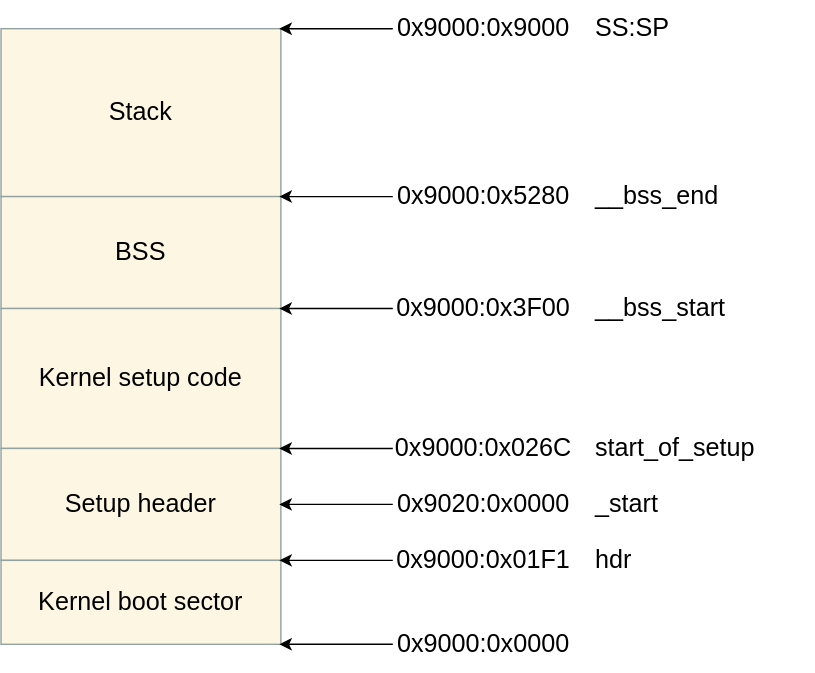
Earlier version of the draw.io export Booting/images/early-bss.svg (0xAX/linux-insides). Source tidied: cells renumbered, new cells last; positions are measured from the earlier drawing's top-left corner, leaving out a move shared by most shapes.
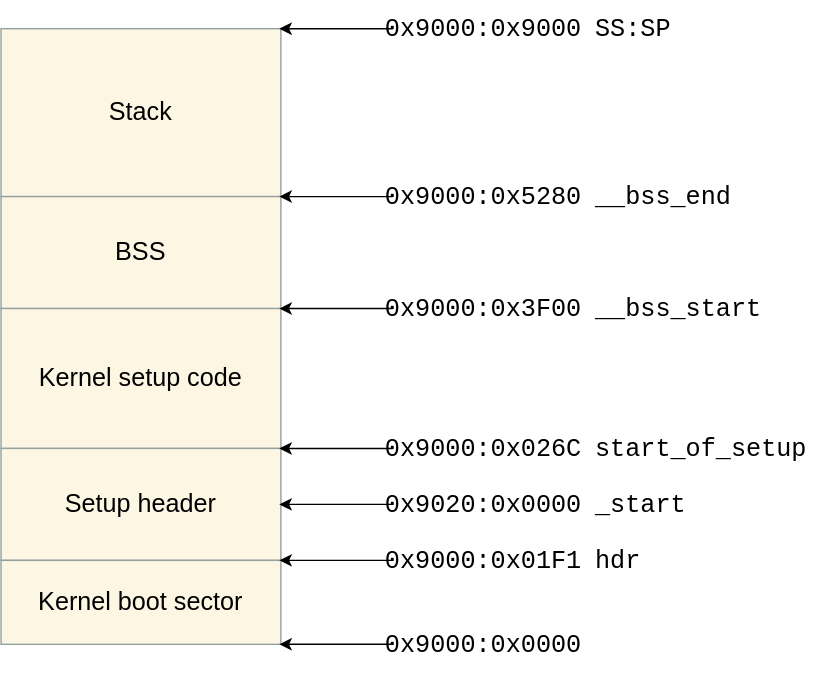
Later version of the same file.

Diff of the diagram source:
```diff
@@ -23,10 +23,10 @@
         <mxPoint x="200" y="15" as="targetPoint" />
       </mxGeometry>
     </mxCell>
-    <mxCell id="8" value="0x9000:0x9000" style="text;html=1;align=center;verticalAlign=middle;whiteSpace=wrap;rounded=0;fontSize=18;fontFamily=Helvetica;fontColor=#000000;" parent="1" vertex="1">
+    <mxCell id="8" value="0x9000:0x9000" style="text;html=1;align=center;verticalAlign=middle;whiteSpace=wrap;rounded=0;fontSize=18;fontFamily=monospace;fontColor=#000000;" parent="1" vertex="1">
       <mxGeometry x="280" width="130" height="30" as="geometry" />
     </mxCell>
-    <mxCell id="9" value="SS:SP" style="text;html=1;align=left;verticalAlign=middle;whiteSpace=nowrap;rounded=0;fontSize=18;fontFamily=Helvetica;fontColor=#000000;" parent="1" vertex="1">
+    <mxCell id="9" value="SS:SP" style="text;html=1;align=left;verticalAlign=middle;whiteSpace=nowrap;rounded=0;fontSize=18;fontFamily=monospace;fontColor=#000000;" parent="1" vertex="1">
       <mxGeometry x="425" width="157" height="30" as="geometry" />
     </mxCell>
     <mxCell id="10" style="edgeStyle=orthogonalEdgeStyle;rounded=0;orthogonalLoop=1;html=1;" parent="1" edge="1">
@@ -35,10 +35,10 @@
         <mxPoint x="200" y="135" as="targetPoint" />
       </mxGeometry>
     </mxCell>
-    <mxCell id="11" value="0x9000:0x5280" style="text;html=1;align=center;verticalAlign=middle;whiteSpace=wrap;rounded=0;fontSize=18;fontFamily=Helvetica;fontColor=#000000;" parent="1" vertex="1">
+    <mxCell id="11" value="0x9000:0x5280" style="text;html=1;align=center;verticalAlign=middle;whiteSpace=wrap;rounded=0;fontSize=18;fontFamily=monospace;fontColor=#000000;" parent="1" vertex="1">
       <mxGeometry x="280" y="120" width="130" height="30" as="geometry" />
     </mxCell>
-    <mxCell id="12" value="__bss_end" style="text;html=1;align=left;verticalAlign=middle;whiteSpace=nowrap;rounded=0;fontSize=18;fontFamily=Helvetica;fontColor=#000000;" parent="1" vertex="1">
+    <mxCell id="12" value="__bss_end" style="text;html=1;align=left;verticalAlign=middle;whiteSpace=nowrap;rounded=0;fontSize=18;fontFamily=monospace;fontColor=#000000;" parent="1" vertex="1">
       <mxGeometry x="425" y="120" width="157" height="30" as="geometry" />
     </mxCell>
     <mxCell id="13" style="edgeStyle=orthogonalEdgeStyle;rounded=0;orthogonalLoop=1;html=1;" parent="1" edge="1">
@@ -47,10 +47,10 @@
         <mxPoint x="200" y="215" as="targetPoint" />
       </mxGeometry>
     </mxCell>
-    <mxCell id="14" value="0x9000:0x3F00" style="text;html=1;align=center;verticalAlign=middle;whiteSpace=wrap;rounded=0;fontSize=18;fontFamily=Helvetica;fontColor=#000000;" parent="1" vertex="1">
+    <mxCell id="14" value="0x9000:0x3F00" style="text;html=1;align=center;verticalAlign=middle;whiteSpace=wrap;rounded=0;fontSize=18;fontFamily=monospace;fontColor=#000000;" parent="1" vertex="1">
       <mxGeometry x="280" y="200" width="130" height="30" as="geometry" />
     </mxCell>
-    <mxCell id="15" value="__bss_start" style="text;html=1;align=left;verticalAlign=middle;whiteSpace=nowrap;rounded=0;fontSize=18;fontFamily=Helvetica;fontColor=#000000;" parent="1" vertex="1">
+    <mxCell id="15" value="__bss_start" style="text;html=1;align=left;verticalAlign=middle;whiteSpace=nowrap;rounded=0;fontSize=18;fontFamily=monospace;fontColor=#000000;" parent="1" vertex="1">
       <mxGeometry x="425" y="200" width="157" height="30" as="geometry" />
     </mxCell>
     <mxCell id="16" style="edgeStyle=orthogonalEdgeStyle;rounded=0;orthogonalLoop=1;html=1;" parent="1" edge="1">
@@ -59,10 +59,10 @@
         <mxPoint x="200" y="315" as="targetPoint" />
       </mxGeometry>
     </mxCell>
-    <mxCell id="17" value="0x9000:0x026C" style="text;html=1;align=center;verticalAlign=middle;whiteSpace=wrap;rounded=0;fontSize=18;fontFamily=Helvetica;fontColor=#000000;" parent="1" vertex="1">
+    <mxCell id="17" value="0x9000:0x026C" style="text;html=1;align=center;verticalAlign=middle;whiteSpace=wrap;rounded=0;fontSize=18;fontFamily=monospace;fontColor=#000000;" parent="1" vertex="1">
       <mxGeometry x="280" y="300" width="130" height="30" as="geometry" />
     </mxCell>
-    <mxCell id="18" value="start_of_setup" style="text;html=1;align=left;verticalAlign=middle;whiteSpace=nowrap;rounded=0;fontSize=18;fontFamily=Helvetica;fontColor=#000000;" parent="1" vertex="1">
+    <mxCell id="18" value="start_of_setup" style="text;html=1;align=left;verticalAlign=middle;whiteSpace=nowrap;rounded=0;fontSize=18;fontFamily=monospace;fontColor=#000000;" parent="1" vertex="1">
       <mxGeometry x="425" y="300" width="157" height="30" as="geometry" />
     </mxCell>
     <mxCell id="19" style="edgeStyle=orthogonalEdgeStyle;rounded=0;orthogonalLoop=1;html=1;" parent="1" edge="1">
@@ -71,10 +71,10 @@
         <mxPoint x="200" y="355" as="targetPoint" />
       </mxGeometry>
     </mxCell>
-    <mxCell id="20" value="0x9020:0x0000" style="text;html=1;align=center;verticalAlign=middle;whiteSpace=wrap;rounded=0;fontSize=18;fontFamily=Helvetica;fontColor=#000000;" parent="1" vertex="1">
+    <mxCell id="20" value="0x9020:0x0000" style="text;html=1;align=center;verticalAlign=middle;whiteSpace=wrap;rounded=0;fontSize=18;fontFamily=monospace;fontColor=#000000;" parent="1" vertex="1">
       <mxGeometry x="280" y="340" width="130" height="30" as="geometry" />
     </mxCell>
-    <mxCell id="21" value="_start" style="text;html=1;align=left;verticalAlign=middle;whiteSpace=nowrap;rounded=0;fontSize=18;fontFamily=Helvetica;fontColor=#000000;" parent="1" vertex="1">
+    <mxCell id="21" value="_start" style="text;html=1;align=left;verticalAlign=middle;whiteSpace=nowrap;rounded=0;fontSize=18;fontFamily=monospace;fontColor=#000000;" parent="1" vertex="1">
       <mxGeometry x="425" y="340" width="157" height="30" as="geometry" />
     </mxCell>
     <mxCell id="22" style="edgeStyle=orthogonalEdgeStyle;rounded=0;orthogonalLoop=1;html=1;" parent="1" edge="1">
@@ -83,10 +83,10 @@
         <mxPoint x="200" y="395" as="targetPoint" />
       </mxGeometry>
     </mxCell>
-    <mxCell id="23" value="0x9000:0x01F1" style="text;html=1;align=center;verticalAlign=middle;whiteSpace=wrap;rounded=0;fontSize=18;fontFamily=Helvetica;fontColor=#000000;" parent="1" vertex="1">
+    <mxCell id="23" value="0x9000:0x01F1" style="text;html=1;align=center;verticalAlign=middle;whiteSpace=wrap;rounded=0;fontSize=18;fontFamily=monospace;fontColor=#000000;" parent="1" vertex="1">
       <mxGeometry x="280" y="380" width="130" height="30" as="geometry" />
     </mxCell>
-    <mxCell id="24" value="hdr" style="text;html=1;align=left;verticalAlign=middle;whiteSpace=nowrap;rounded=0;fontSize=18;fontFamily=Helvetica;fontColor=#000000;" parent="1" vertex="1">
+    <mxCell id="24" value="hdr" style="text;html=1;align=left;verticalAlign=middle;whiteSpace=nowrap;rounded=0;fontSize=18;fontFamily=monospace;fontColor=#000000;" parent="1" vertex="1">
       <mxGeometry x="425" y="380" width="157" height="30" as="geometry" />
     </mxCell>
     <mxCell id="25" style="edgeStyle=orthogonalEdgeStyle;rounded=0;orthogonalLoop=1;html=1;" parent="1" edge="1">
@@ -95,7 +95,7 @@
         <mxPoint x="200" y="455" as="targetPoint" />
       </mxGeometry>
     </mxCell>
-    <mxCell id="26" value="0x9000:0x0000" style="text;html=1;align=center;verticalAlign=middle;whiteSpace=wrap;rounded=0;fontSize=18;fontFamily=Helvetica;fontColor=#000000;" parent="1" vertex="1">
+    <mxCell id="26" value="0x9000:0x0000" style="text;html=1;align=center;verticalAlign=middle;whiteSpace=wrap;rounded=0;fontSize=18;fontFamily=monospace;fontColor=#000000;" parent="1" vertex="1">
       <mxGeometry x="280" y="440" width="130" height="30" as="geometry" />
     </mxCell>
   </root>
```
